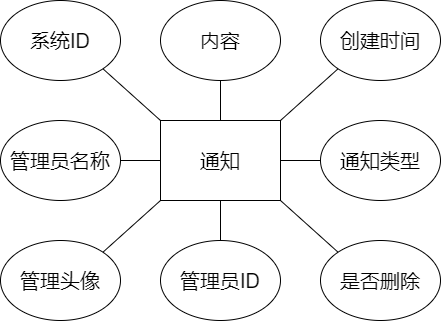
Before: database-er/table.notification.drawio.png, a diagram exported from draw.io (Jater0/Graduation). Source tidied: cells renumbered, new cells last; positions are measured from the earlier drawing's top-left corner, leaving out a move shared by most shapes.
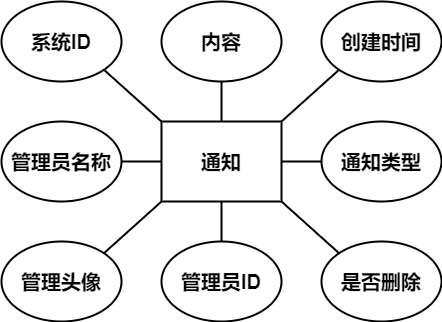
After the change.

Diff of the diagram source:
```diff
@@ -2,55 +2,55 @@
   <root>
     <mxCell id="0" />
     <mxCell id="1" parent="0" />
-    <mxCell id="2" value="通知" style="rounded=0;whiteSpace=wrap;html=1;fontSize=20;" parent="1" vertex="1">
+    <mxCell id="2" value="通知" style="rounded=0;whiteSpace=wrap;html=1;fontSize=20;strokeWidth=2;fontStyle=1;" parent="1" vertex="1">
       <mxGeometry x="160" y="120" width="120" height="80" as="geometry" />
     </mxCell>
-    <mxCell id="3" value="系统ID" style="ellipse;whiteSpace=wrap;html=1;fontSize=20;" parent="1" vertex="1">
+    <mxCell id="3" value="系统ID" style="ellipse;whiteSpace=wrap;html=1;fontSize=20;strokeWidth=2;fontStyle=1;" parent="1" vertex="1">
       <mxGeometry width="120" height="80" as="geometry" />
     </mxCell>
-    <mxCell id="4" value="通知类型" style="ellipse;whiteSpace=wrap;html=1;fontSize=20;" parent="1" vertex="1">
+    <mxCell id="4" value="通知类型" style="ellipse;whiteSpace=wrap;html=1;fontSize=20;strokeWidth=2;fontStyle=1;" parent="1" vertex="1">
       <mxGeometry x="320" y="120" width="120" height="80" as="geometry" />
     </mxCell>
-    <mxCell id="5" style="endArrow=none;html=1;fontSize=20;entryX=0;entryY=0.5;entryDx=0;entryDy=0;exitX=1;exitY=0.5;exitDx=0;exitDy=0;" parent="1" edge="1" source="2" target="4">
+    <mxCell id="5" style="endArrow=none;html=1;fontSize=20;entryX=0;entryY=0.5;entryDx=0;entryDy=0;exitX=1;exitY=0.5;exitDx=0;exitDy=0;strokeWidth=2;fontStyle=1;" parent="1" edge="1" source="2" target="4">
       <mxGeometry relative="1" as="geometry" />
     </mxCell>
-    <mxCell id="6" style="endArrow=none;html=1;fontSize=20;entryX=0.5;entryY=1;entryDx=0;entryDy=0;exitX=0.5;exitY=0;exitDx=0;exitDy=0;" parent="1" edge="1" source="12" target="2">
+    <mxCell id="6" style="endArrow=none;html=1;fontSize=20;entryX=0.5;entryY=1;entryDx=0;entryDy=0;exitX=0.5;exitY=0;exitDx=0;exitDy=0;strokeWidth=2;fontStyle=1;" parent="1" edge="1" source="12" target="2">
       <mxGeometry relative="1" as="geometry" />
     </mxCell>
-    <mxCell id="7" style="endArrow=none;html=1;fontSize=20;entryX=1;entryY=1;entryDx=0;entryDy=0;exitX=0;exitY=0;exitDx=0;exitDy=0;" parent="1" edge="1" source="2" target="3">
+    <mxCell id="7" style="endArrow=none;html=1;fontSize=20;entryX=1;entryY=1;entryDx=0;entryDy=0;exitX=0;exitY=0;exitDx=0;exitDy=0;strokeWidth=2;fontStyle=1;" parent="1" edge="1" source="2" target="3">
       <mxGeometry relative="1" as="geometry" />
     </mxCell>
-    <mxCell id="8" value="内容" style="ellipse;whiteSpace=wrap;html=1;fontSize=20;" parent="1" vertex="1">
+    <mxCell id="8" value="内容" style="ellipse;whiteSpace=wrap;html=1;fontSize=20;strokeWidth=2;fontStyle=1;" parent="1" vertex="1">
       <mxGeometry x="160" width="120" height="80" as="geometry" />
     </mxCell>
-    <mxCell id="9" value="创建时间" style="ellipse;whiteSpace=wrap;html=1;fontSize=20;" parent="1" vertex="1">
+    <mxCell id="9" value="创建时间" style="ellipse;whiteSpace=wrap;html=1;fontSize=20;strokeWidth=2;fontStyle=1;" parent="1" vertex="1">
       <mxGeometry x="320" width="120" height="80" as="geometry" />
     </mxCell>
-    <mxCell id="10" value="是否删除" style="ellipse;whiteSpace=wrap;html=1;fontSize=20;" parent="1" vertex="1">
+    <mxCell id="10" value="是否删除" style="ellipse;whiteSpace=wrap;html=1;fontSize=20;strokeWidth=2;fontStyle=1;" parent="1" vertex="1">
       <mxGeometry x="320" y="240" width="120" height="80" as="geometry" />
     </mxCell>
-    <mxCell id="11" value="管理员名称" style="ellipse;whiteSpace=wrap;html=1;fontSize=20;" parent="1" vertex="1">
+    <mxCell id="11" value="管理员名称" style="ellipse;whiteSpace=wrap;html=1;fontSize=20;strokeWidth=2;fontStyle=1;" parent="1" vertex="1">
       <mxGeometry y="120" width="120" height="80" as="geometry" />
     </mxCell>
-    <mxCell id="12" value="管理员ID" style="ellipse;whiteSpace=wrap;html=1;fontSize=20;" parent="1" vertex="1">
+    <mxCell id="12" value="管理员ID" style="ellipse;whiteSpace=wrap;html=1;fontSize=20;strokeWidth=2;fontStyle=1;" parent="1" vertex="1">
       <mxGeometry x="160" y="240" width="120" height="80" as="geometry" />
     </mxCell>
-    <mxCell id="13" value="管理头像" style="ellipse;whiteSpace=wrap;html=1;fontSize=20;" parent="1" vertex="1">
+    <mxCell id="13" value="管理头像" style="ellipse;whiteSpace=wrap;html=1;fontSize=20;strokeWidth=2;fontStyle=1;" parent="1" vertex="1">
       <mxGeometry y="240" width="120" height="80" as="geometry" />
     </mxCell>
-    <mxCell id="14" style="endArrow=none;html=1;fontSize=20;entryX=0;entryY=1;entryDx=0;entryDy=0;exitX=1;exitY=0;exitDx=0;exitDy=0;" parent="1" edge="1" source="2" target="9">
+    <mxCell id="14" style="endArrow=none;html=1;fontSize=20;entryX=0;entryY=1;entryDx=0;entryDy=0;exitX=1;exitY=0;exitDx=0;exitDy=0;strokeWidth=2;fontStyle=1;" parent="1" edge="1" source="2" target="9">
       <mxGeometry relative="1" as="geometry" />
     </mxCell>
-    <mxCell id="15" style="endArrow=none;html=1;fontSize=20;entryX=0;entryY=0;entryDx=0;entryDy=0;exitX=1;exitY=1;exitDx=0;exitDy=0;" parent="1" edge="1" source="2" target="10">
+    <mxCell id="15" style="endArrow=none;html=1;fontSize=20;entryX=0;entryY=0;entryDx=0;entryDy=0;exitX=1;exitY=1;exitDx=0;exitDy=0;strokeWidth=2;fontStyle=1;" parent="1" edge="1" source="2" target="10">
       <mxGeometry relative="1" as="geometry" />
     </mxCell>
-    <mxCell id="16" style="endArrow=none;html=1;fontSize=20;entryX=0.5;entryY=0;entryDx=0;entryDy=0;exitX=0.5;exitY=1;exitDx=0;exitDy=0;" parent="1" edge="1" source="8" target="2">
+    <mxCell id="16" style="endArrow=none;html=1;fontSize=20;entryX=0.5;entryY=0;entryDx=0;entryDy=0;exitX=0.5;exitY=1;exitDx=0;exitDy=0;strokeWidth=2;fontStyle=1;" parent="1" edge="1" source="8" target="2">
       <mxGeometry relative="1" as="geometry" />
     </mxCell>
-    <mxCell id="17" style="endArrow=none;html=1;fontSize=20;entryX=0;entryY=1;entryDx=0;entryDy=0;exitX=1;exitY=0;exitDx=0;exitDy=0;" parent="1" edge="1" source="13" target="2">
+    <mxCell id="17" style="endArrow=none;html=1;fontSize=20;entryX=0;entryY=1;entryDx=0;entryDy=0;exitX=1;exitY=0;exitDx=0;exitDy=0;strokeWidth=2;fontStyle=1;" parent="1" edge="1" source="13" target="2">
       <mxGeometry relative="1" as="geometry" />
     </mxCell>
-    <mxCell id="18" style="endArrow=none;html=1;fontSize=20;entryX=0;entryY=0.5;entryDx=0;entryDy=0;exitX=1;exitY=0.5;exitDx=0;exitDy=0;" parent="1" edge="1" source="11" target="2">
+    <mxCell id="18" style="endArrow=none;html=1;fontSize=20;entryX=0;entryY=0.5;entryDx=0;entryDy=0;exitX=1;exitY=0.5;exitDx=0;exitDy=0;strokeWidth=2;fontStyle=1;" parent="1" edge="1" source="11" target="2">
       <mxGeometry relative="1" as="geometry" />
     </mxCell>
   </root>
```
